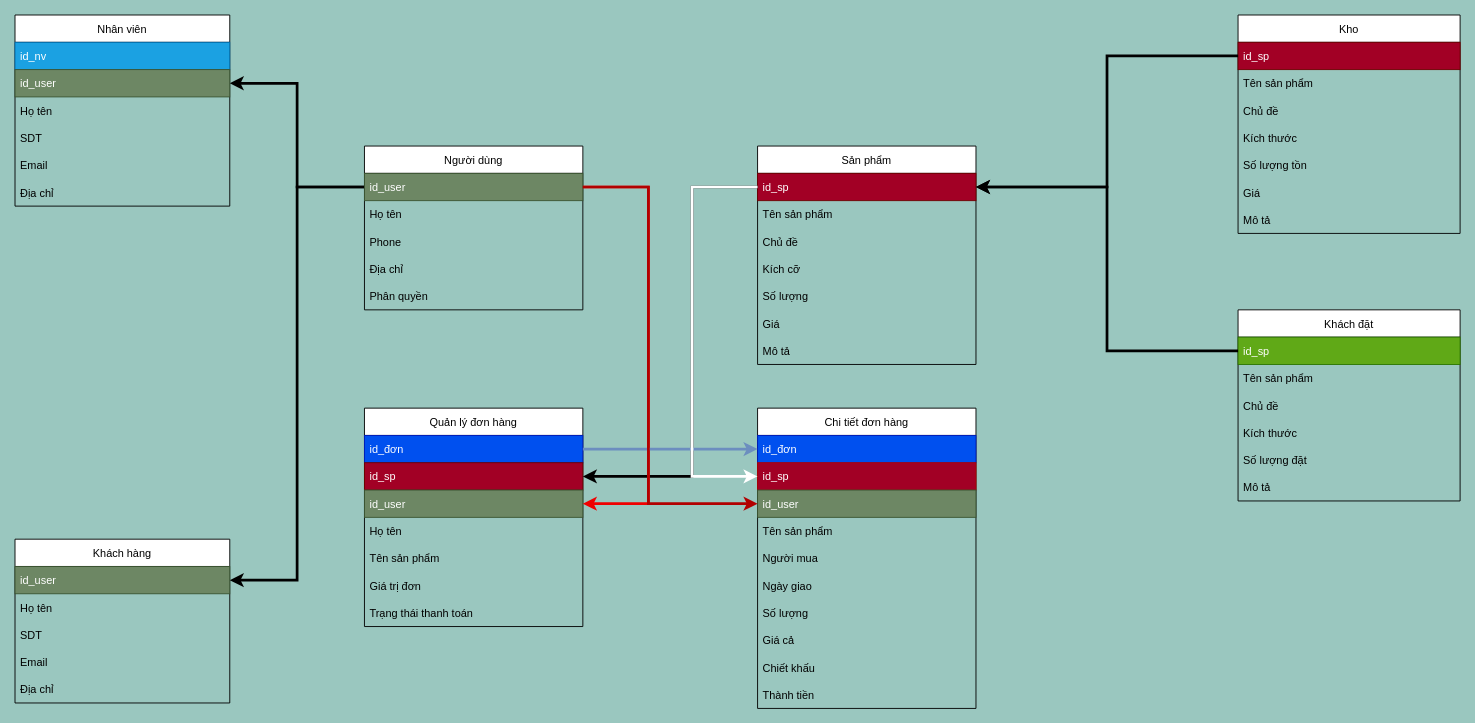
This is Web bán hàng.drawio from SaltnonSugar/HTML, a draw.io file, before an edit. Source tidied: cells renumbered, new cells numbered last; positions are measured from the earlier drawing's top-left corner, leaving out a move shared by most shapes. Both pictures are drawn from the tidied source at 91%, with x=0, y=0 at pixel (15, 15).
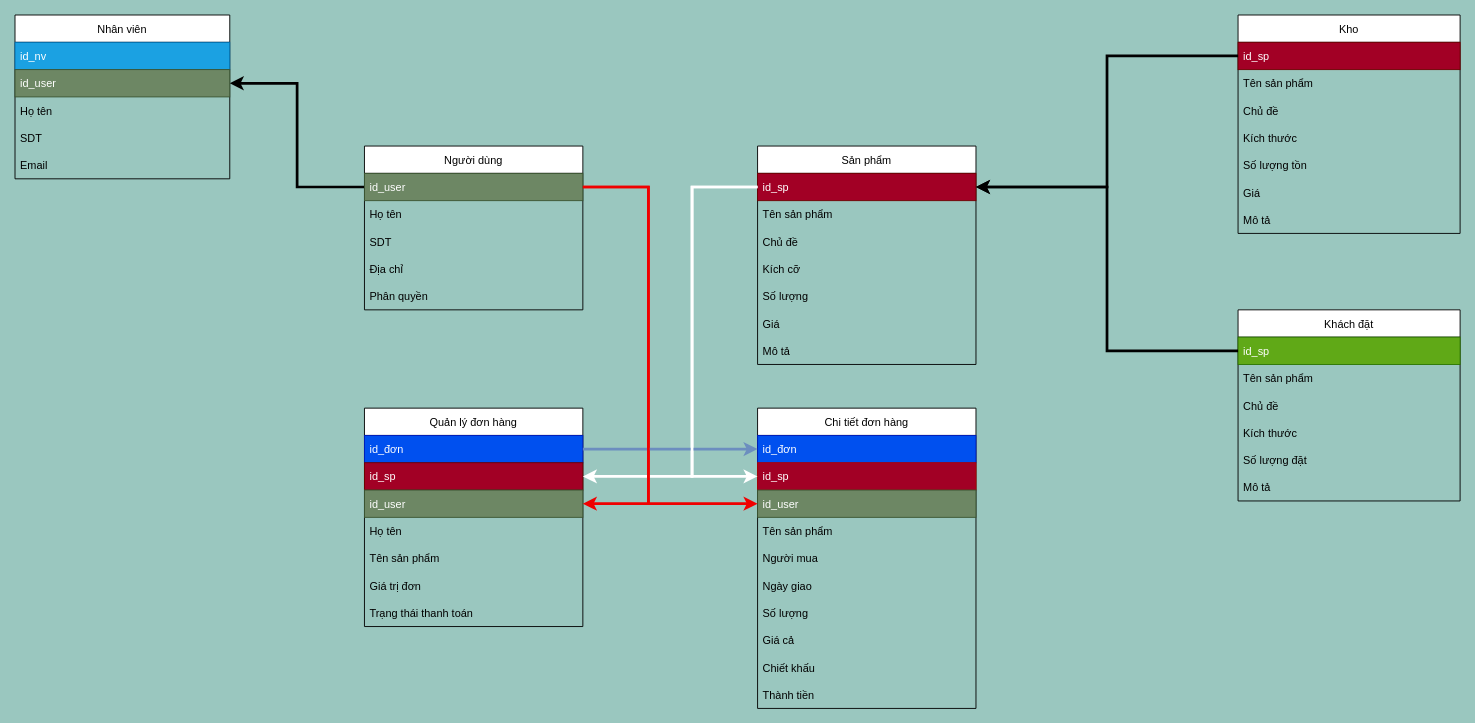
After the change.

Commit message:
Cập nhật Web bán hàng.drawio

Unchanged cells that the change refers to:
```xml
<mxCell id="4" value="Người dùng" style="swimlane;fontStyle=0;horizontal=1;startSize=30;" parent="1" vertex="1">
  <mxGeometry x="384" y="144" width="240" height="180" as="geometry" />
</mxCell>
<mxCell id="5" value="id_user" style="text;strokeColor=#3A5431;fillColor=#6d8764;align=left;verticalAlign=middle;spacingLeft=4;spacingRight=4;overflow=hidden;points=[[0,0.5],[1,0.5]];portConstraint=eastwest;fontColor=#ffffff;" parent="4" vertex="1">
  <mxGeometry y="30" width="240" height="30" as="geometry" />
</mxCell>
<mxCell id="24" value="id_sp" style="text;strokeColor=#6F0000;fillColor=#a20025;align=left;verticalAlign=middle;spacingLeft=4;spacingRight=4;overflow=hidden;points=[[0,0.5],[1,0.5]];portConstraint=eastwest;fontColor=#ffffff;" parent="23" vertex="1">
  <mxGeometry y="30" width="240" height="30" as="geometry" />
</mxCell>
<mxCell id="50" value="id_sp" style="text;strokeColor=#6F0000;fillColor=#a20025;align=left;verticalAlign=middle;spacingLeft=4;spacingRight=4;overflow=hidden;points=[[0,0.5],[1,0.5]];portConstraint=eastwest;fontColor=#ffffff;" parent="48" vertex="1">
  <mxGeometry y="60" width="240" height="30" as="geometry" />
</mxCell>
<mxCell id="62" value="id_user" style="text;strokeColor=#3A5431;fillColor=#6d8764;align=left;verticalAlign=middle;spacingLeft=4;spacingRight=4;overflow=hidden;points=[[0,0.5],[1,0.5]];portConstraint=eastwest;fontColor=#ffffff;" parent="59" vertex="1">
  <mxGeometry y="90" width="240" height="30" as="geometry" />
</mxCell>
```

What changed in the source:
```diff
@@
-    <mxCell id="3" style="edgeStyle=orthogonalEdgeStyle;rounded=0;jettySize=auto;html=1;exitX=0;exitY=0.5;exitDx=0;exitDy=0;entryX=1;entryY=0.25;entryDx=0;entryDy=0;strokeWidth=3;" parent="1" edge="1" source="5" target="17">
-      <mxGeometry relative="1" as="geometry" />
-    </mxCell>
@@
-    <mxCell id="7" value="Phone" style="text;strokeColor=none;fillColor=none;align=left;verticalAlign=middle;spacingLeft=4;spacingRight=4;overflow=hidden;" parent="4" vertex="1">
+    <mxCell id="7" value="SDT" style="text;strokeColor=none;fillColor=none;align=left;verticalAlign=middle;spacingLeft=4;spacingRight=4;overflow=hidden;" parent="4" vertex="1">
       <mxGeometry y="90" width="240" height="30" as="geometry" />
     </mxCell>
@@
     <mxCell id="10" value="Nhân viên" style="swimlane;fontStyle=0;horizontal=1;startSize=30;" parent="1" vertex="1">
-      <mxGeometry width="236" height="210" as="geometry" />
+      <mxGeometry width="236" height="180" as="geometry" />
     </mxCell>
@@
-    <mxCell id="16" value="Địa chỉ" style="text;strokeColor=none;fillColor=none;align=left;verticalAlign=middle;spacingLeft=4;spacingRight=4;overflow=hidden;" parent="10" vertex="1">
-      <mxGeometry y="180" width="236" height="30" as="geometry" />
-    </mxCell>
-    <mxCell id="17" value="Khách hàng" style="swimlane;fontStyle=0;horizontal=1;startSize=30;" parent="1" vertex="1">
-      <mxGeometry y="576" width="236" height="180" as="geometry" />
-    </mxCell>
-    <mxCell id="18" value="id_user" style="text;strokeColor=#3A5431;fillColor=#6d8764;align=left;verticalAlign=middle;spacingLeft=4;spacingRight=4;overflow=hidden;fontColor=#ffffff;" parent="17" vertex="1">
-      <mxGeometry y="30" width="236" height="30" as="geometry" />
-    </mxCell>
-    <mxCell id="19" value="Họ tên" style="text;strokeColor=none;fillColor=none;align=left;verticalAlign=middle;spacingLeft=4;spacingRight=4;overflow=hidden;" parent="17" vertex="1">
-      <mxGeometry y="60" width="236" height="30" as="geometry" />
-    </mxCell>
-    <mxCell id="20" value="SDT" style="text;strokeColor=none;fillColor=none;align=left;verticalAlign=middle;spacingLeft=4;spacingRight=4;overflow=hidden;" parent="17" vertex="1">
-      <mxGeometry y="90" width="236" height="30" as="geometry" />
-    </mxCell>
-    <mxCell id="21" value="Email" style="text;strokeColor=none;fillColor=none;align=left;verticalAlign=middle;spacingLeft=4;spacingRight=4;overflow=hidden;" parent="17" vertex="1">
-      <mxGeometry y="120" width="236" height="30" as="geometry" />
-    </mxCell>
-    <mxCell id="22" value="Địa chỉ" style="text;strokeColor=none;fillColor=none;align=left;verticalAlign=middle;spacingLeft=4;spacingRight=4;overflow=hidden;" parent="17" vertex="1">
-      <mxGeometry y="150" width="236" height="30" as="geometry" />
-    </mxCell>
@@
-    <mxCell id="57" style="endArrow=classic;html=1;rounded=0;strokeWidth=3;exitX=0;exitY=0.5;exitDx=0;exitDy=0;entryX=1;entryY=0.5;entryDx=0;entryDy=0;edgeStyle=orthogonalEdgeStyle;" parent="1" edge="1" source="24" target="50">
+    <mxCell id="57" style="endArrow=classic;html=1;rounded=0;strokeWidth=3;exitX=0;exitY=0.5;exitDx=0;exitDy=0;entryX=1;entryY=0.5;entryDx=0;entryDy=0;edgeStyle=orthogonalEdgeStyle;strokeColor=#FFFFFF;" parent="1" edge="1" source="24" target="50">
       <mxGeometry relative="1" as="geometry">
         <Array as="points">
           <mxPoint x="744" y="189" />
           <mxPoint x="744" y="507" />
         </Array>
       </mxGeometry>
     </mxCell>
@@
-    <mxCell id="72" style="edgeStyle=orthogonalEdgeStyle;rounded=0;jettySize=auto;html=1;exitX=1;exitY=0.5;exitDx=0;exitDy=0;entryX=0;entryY=0.5;entryDx=0;entryDy=0;strokeColor=#B20000;strokeWidth=3;fillColor=#e51400;" parent="1" edge="1" source="5" target="62">
+    <mxCell id="72" style="edgeStyle=orthogonalEdgeStyle;rounded=0;jettySize=auto;html=1;exitX=1;exitY=0.5;exitDx=0;exitDy=0;entryX=0;entryY=0.5;entryDx=0;entryDy=0;strokeColor=#f00000;strokeWidth=3;fillColor=#e51400;" parent="1" edge="1" source="5" target="62">
       <mxGeometry relative="1" as="geometry">
         <Array as="points">
           <mxPoint x="696" y="189" />
           <mxPoint x="696" y="537" />
         </Array>
       </mxGeometry>
     </mxCell>
```
